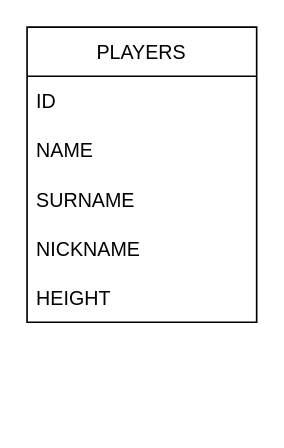
This is page "PLAYERS" (2 of 6) of dbschema.dio from SergeyBibikov/api-for-tests, a draw.io file, before an edit. Source tidied: cells renumbered, new cells numbered last; positions are measured from the earlier drawing's top-left corner, leaving out a move shared by most shapes. Both pictures are drawn from the tidied source at 164%, with x=0, y=0 at pixel (26, 26).
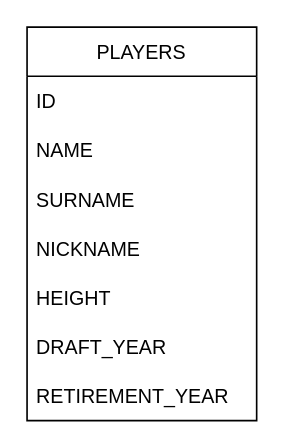
The same page after the edit.

Change to the diagram source:
```diff
@@
 <mxGraphModel>
   <root>
     <mxCell id="0" />
     <mxCell id="1" parent="0" />
     <mxCell id="2" value="PLAYERS" style="swimlane;fontStyle=0;horizontal=1;startSize=30;" parent="1" vertex="1">
-      <mxGeometry width="140" height="180" as="geometry" />
+      <mxGeometry width="140" height="240" as="geometry" />
     </mxCell>
     <mxCell id="3" value="ID" style="text;strokeColor=none;fillColor=none;align=left;verticalAlign=middle;spacingLeft=4;spacingRight=4;overflow=hidden;" parent="2" vertex="1">
       <mxGeometry y="30" width="140" height="30" as="geometry" />
     </mxCell>
     <mxCell id="4" value="NAME" style="text;strokeColor=none;fillColor=none;align=left;verticalAlign=middle;spacingLeft=4;spacingRight=4;overflow=hidden;" parent="2" vertex="1">
       <mxGeometry y="60" width="140" height="30" as="geometry" />
     </mxCell>
     <mxCell id="5" value="SURNAME" style="text;strokeColor=none;fillColor=none;align=left;verticalAlign=middle;spacingLeft=4;spacingRight=4;overflow=hidden;" parent="2" vertex="1">
       <mxGeometry y="90" width="140" height="30" as="geometry" />
     </mxCell>
     <mxCell id="6" value="NICKNAME" style="text;strokeColor=none;fillColor=none;align=left;verticalAlign=middle;spacingLeft=4;spacingRight=4;overflow=hidden;" parent="2" vertex="1">
       <mxGeometry y="120" width="140" height="30" as="geometry" />
     </mxCell>
     <mxCell id="7" value="HEIGHT" style="text;strokeColor=none;fillColor=none;align=left;verticalAlign=middle;spacingLeft=4;spacingRight=4;overflow=hidden;" parent="2" vertex="1">
       <mxGeometry y="150" width="140" height="30" as="geometry" />
     </mxCell>
+    <mxCell id="8" value="DRAFT_YEAR" style="text;strokeColor=none;fillColor=none;align=left;verticalAlign=middle;spacingLeft=4;spacingRight=4;overflow=hidden;" parent="2" vertex="1">
+      <mxGeometry y="180" width="140" height="30" as="geometry" />
+    </mxCell>
+    <mxCell id="9" value="RETIREMENT_YEAR" style="text;strokeColor=none;fillColor=none;align=left;verticalAlign=middle;spacingLeft=4;spacingRight=4;overflow=hidden;" parent="2" vertex="1">
+      <mxGeometry y="210" width="140" height="30" as="geometry" />
+    </mxCell>
   </root>
 </mxGraphModel>
```
